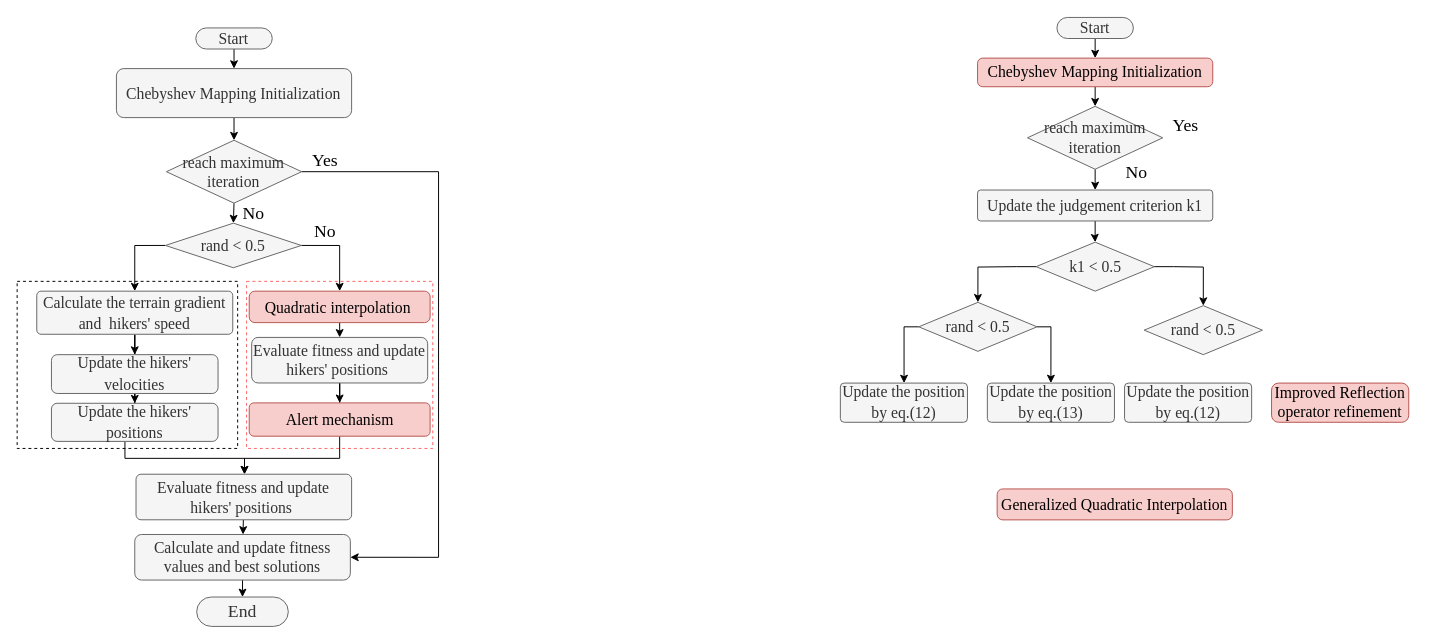
Earlier version of the draw.io diagram 海洋.drawio (lyj-12/DrawIO). Source tidied: cells renumbered, new cells numbered last; positions are measured from the earlier drawing's top-left corner, leaving out a move shared by most shapes. Both pictures are drawn from the tidied source at 98%, with x=0, y=0 at pixel (17, 17).
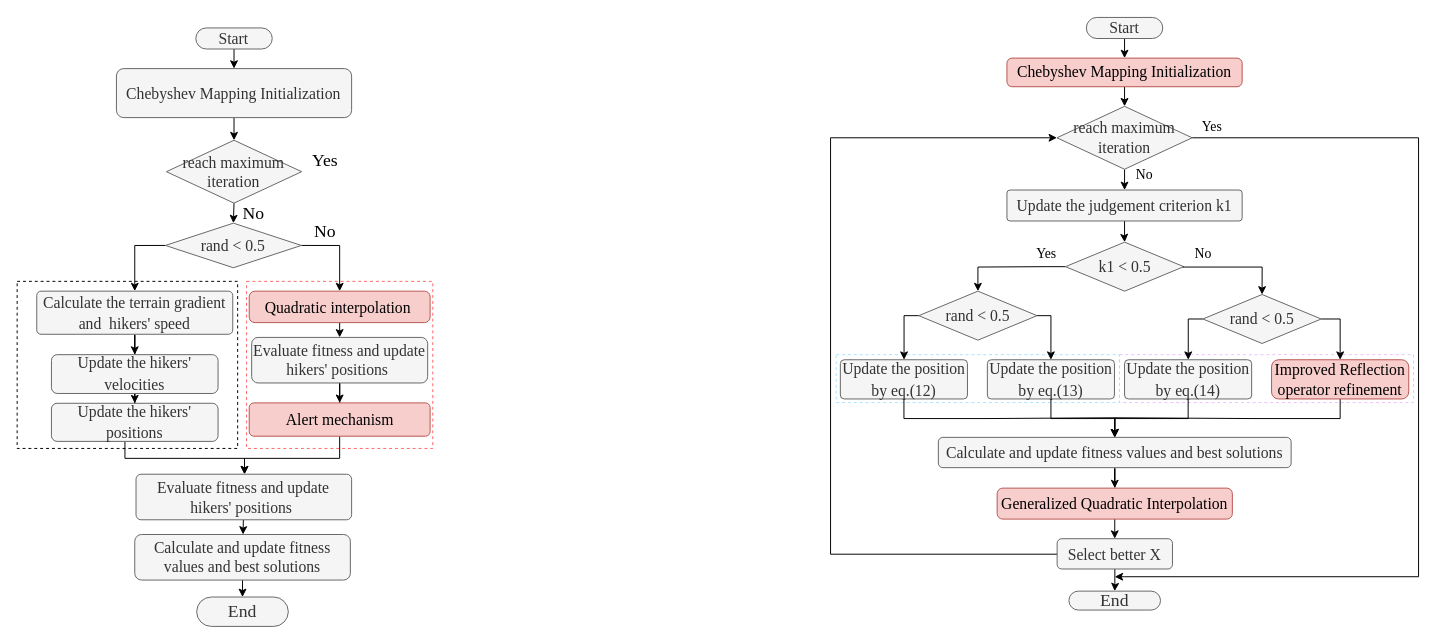
After the change.

The change refers to these unchanged cells:
```xml
<mxCell id="10" value="&lt;font&gt;&amp;nbsp;&lt;/font&gt;&lt;span style=&quot;background-color: initial;&quot;&gt;reach maximum&amp;nbsp; iteration&lt;/span&gt;" style="rhombus;whiteSpace=wrap;html=1;rounded=0;align=center;verticalAlign=middle;arcSize=50;fontFamily=Times New Roman;fontSize=16;fillColor=#f5f5f5;fontColor=#333333;strokeColor=#666666;" parent="1" vertex="1">
  <mxGeometry x="152.3" y="125.6" width="138" height="64.2" as="geometry" />
</mxCell>
<mxCell id="13" value="&lt;font&gt;Calculate and update fitness values and best solutions&lt;/font&gt;" style="rounded=1;whiteSpace=wrap;html=1;align=center;verticalAlign=middle;arcSize=15;fontFamily=Times New Roman;fontSize=16;fillColor=#f5f5f5;fontColor=#333333;strokeColor=#666666;" parent="1" vertex="1">
  <mxGeometry x="120" y="527.9" width="220" height="46.5" as="geometry" />
</mxCell>
```

The edit, as a diff of the source:
```diff
@@
+    <mxCell id="56" style="rounded=0;whiteSpace=wrap;html=1;dashed=1;fontFamily=Times New Roman;fontSize=18;strokeColor=#EAC1FF;" parent="1" vertex="1">
+      <mxGeometry x="1124.8" y="344.4" width="300" height="48.9" as="geometry" />
+    </mxCell>
+    <mxCell id="57" style="rounded=0;whiteSpace=wrap;html=1;dashed=1;fontFamily=Times New Roman;fontSize=18;strokeColor=#AAE2FF;" parent="1" vertex="1">
+      <mxGeometry x="835.8" y="344.4" width="289" height="48.9" as="geometry" />
+    </mxCell>
@@
-    <mxCell id="9" style="edgeStyle=orthogonalEdgeStyle;rounded=0;jettySize=auto;html=1;exitX=1;exitY=0.5;exitDx=0;exitDy=0;entryX=1;entryY=0.5;entryDx=0;entryDy=0;fontFamily=Times New Roman;fontSize=18;" parent="1" edge="1" source="10" target="13">
+    <mxCell id="9" style="edgeStyle=orthogonalEdgeStyle;rounded=0;jettySize=auto;html=1;exitX=1;exitY=0.5;exitDx=0;exitDy=0;fontFamily=Times New Roman;fontSize=18;" parent="1" edge="1" source="39">
       <mxGeometry relative="1" as="geometry">
+        <mxPoint x="1120" y="571" as="targetPoint" />
         <Array as="points">
-          <mxPoint x="430" y="158.2" />
-          <mxPoint x="430" y="551.2" />
+          <mxPoint x="1430" y="123" />
+          <mxPoint x="1430" y="571" />
+          <mxPoint x="1130" y="571" />
         </Array>
       </mxGeometry>
     </mxCell>
@@
     <mxCell id="35" value="Start" style="rounded=1;whiteSpace=wrap;html=1;absoluteArcSize=0;arcSize=50;fontSize=16;fontFamily=Times New Roman;fillColor=#f5f5f5;fontColor=#333333;strokeColor=#666666;" parent="1" vertex="1">
-      <mxGeometry x="1061" y="0.3" width="78" height="21.5" as="geometry" />
+      <mxGeometry x="1091" y="0.3" width="78" height="21.5" as="geometry" />
     </mxCell>
@@
     <mxCell id="37" value="&lt;font&gt;Chebyshev Mapping Initialization&lt;/font&gt;" style="rounded=1;whiteSpace=wrap;html=1;align=center;verticalAlign=middle;arcSize=18;fontFamily=Times New Roman;fontSize=16;fillColor=#f8cecc;fontColor=default;strokeColor=#b85450;" parent="1" vertex="1">
-      <mxGeometry x="980" y="41.8" width="240" height="29.2" as="geometry" />
+      <mxGeometry x="1010" y="41.8" width="240" height="29.2" as="geometry" />
     </mxCell>
@@
+    <mxCell id="58" style="edgeStyle=orthogonalEdgeStyle;rounded=0;jettySize=auto;html=1;startArrow=classic;startFill=1;endArrow=none;entryX=0;entryY=0.5;entryDx=0;entryDy=0;" parent="1" edge="1" source="39" target="69">
+      <mxGeometry relative="1" as="geometry">
+        <Array as="points">
+          <mxPoint x="830" y="123" />
+          <mxPoint x="830" y="548" />
+          <mxPoint x="1073" y="548" />
+        </Array>
+      </mxGeometry>
+    </mxCell>
     <mxCell id="39" value="&lt;font&gt;&amp;nbsp;&lt;/font&gt;&lt;span style=&quot;background-color: initial;&quot;&gt;reach maximum&amp;nbsp; iteration&lt;/span&gt;" style="rhombus;whiteSpace=wrap;html=1;rounded=0;align=center;verticalAlign=middle;arcSize=50;fontFamily=Times New Roman;fontSize=16;fillColor=#f5f5f5;fontColor=#333333;strokeColor=#666666;" parent="1" vertex="1">
-      <mxGeometry x="1031" y="91" width="138" height="64.2" as="geometry" />
+      <mxGeometry x="1061" y="91" width="138" height="64.2" as="geometry" />
     </mxCell>
-    <mxCell id="40" value="&lt;font&gt;Yes&lt;/font&gt;" style="text;html=1;align=center;verticalAlign=middle;strokeColor=none;fillColor=none;fontSize=18;fontFamily=Times New Roman;" parent="1" vertex="1">
-      <mxGeometry x="1167.3" y="91" width="50" height="40" as="geometry" />
+    <mxCell id="40" value="&lt;font style=&quot;font-size: 14px;&quot;&gt;Yes&lt;/font&gt;" style="text;html=1;align=center;verticalAlign=middle;strokeColor=none;fillColor=none;fontSize=18;fontFamily=Times New Roman;" parent="1" vertex="1">
+      <mxGeometry x="1199" y="91" width="40" height="40" as="geometry" />
     </mxCell>
-    <mxCell id="41" value="&lt;font&gt;No&lt;/font&gt;" style="text;html=1;align=center;verticalAlign=middle;fontSize=18;fontFamily=Times New Roman;" parent="1" vertex="1">
-      <mxGeometry x="1117.3" y="139.4" width="50" height="40" as="geometry" />
+    <mxCell id="41" value="&lt;font style=&quot;font-size: 14px;&quot;&gt;No&lt;/font&gt;" style="text;html=1;align=center;verticalAlign=middle;fontSize=18;fontFamily=Times New Roman;" parent="1" vertex="1">
+      <mxGeometry x="1130" y="140.1" width="40" height="40" as="geometry" />
     </mxCell>
@@
     <mxCell id="43" value="&lt;font style=&quot;font-size: 16px;&quot;&gt;Update the judgement criterion k1&lt;/font&gt;" style="rounded=1;whiteSpace=wrap;html=1;align=center;verticalAlign=middle;arcSize=10;fontFamily=Times New Roman;fontSize=18;fillColor=#f5f5f5;fontColor=#333333;strokeColor=#666666;" parent="1" vertex="1">
-      <mxGeometry x="980" y="176.4" width="240" height="31.6" as="geometry" />
+      <mxGeometry x="1010" y="176.4" width="240" height="31.6" as="geometry" />
     </mxCell>
     <mxCell id="44" style="edgeStyle=orthogonalEdgeStyle;rounded=0;jettySize=auto;html=1;entryX=0.5;entryY=0;entryDx=0;entryDy=0;" parent="1" edge="1" source="45" target="49">
       <mxGeometry relative="1" as="geometry">
         <Array as="points">
-          <mxPoint x="1020" y="255" />
+          <mxPoint x="1050" y="255" />
           <mxPoint x="980" y="255" />
         </Array>
       </mxGeometry>
     </mxCell>
     <mxCell id="45" value="k1 &amp;lt; 0.5" style="rhombus;whiteSpace=wrap;html=1;rounded=0;align=center;verticalAlign=middle;arcSize=50;fontFamily=Times New Roman;fontSize=16;fillColor=#f5f5f5;fontColor=#333333;strokeColor=#666666;" parent="1" vertex="1">
-      <mxGeometry x="1039.7" y="229.6" width="120.7" height="50" as="geometry" />
+      <mxGeometry x="1069.7" y="229.6" width="120.7" height="50" as="geometry" />
     </mxCell>
+    <mxCell id="59" style="edgeStyle=orthogonalEdgeStyle;rounded=0;jettySize=auto;html=1;" parent="1" edge="1" source="46" target="67">
+      <mxGeometry relative="1" as="geometry" />
+    </mxCell>
     <mxCell id="46" value="&lt;font style=&quot;font-size: 16px;&quot;&gt;Update the position by eq.(12)&lt;/font&gt;" style="rounded=1;whiteSpace=wrap;html=1;align=center;verticalAlign=middle;arcSize=10;fontFamily=Times New Roman;fontSize=18;fillColor=#f5f5f5;fontColor=#333333;strokeColor=#666666;" parent="1" vertex="1">
-      <mxGeometry x="840" y="373.4" width="129.7" height="40" as="geometry" />
+      <mxGeometry x="840" y="349.6" width="129.7" height="40" as="geometry" />
     </mxCell>
     <mxCell id="47" style="edgeStyle=orthogonalEdgeStyle;rounded=0;jettySize=auto;html=1;" parent="1" edge="1" source="49" target="46">
       <mxGeometry relative="1" as="geometry">
         <Array as="points">
-          <mxPoint x="905" y="316" />
+          <mxPoint x="905" y="304.6" />
         </Array>
       </mxGeometry>
     </mxCell>
     <mxCell id="48" style="edgeStyle=orthogonalEdgeStyle;rounded=0;jettySize=auto;html=1;entryX=0.5;entryY=0;entryDx=0;entryDy=0;" parent="1" edge="1" source="49" target="52">
       <mxGeometry relative="1" as="geometry">
         <Array as="points">
-          <mxPoint x="1055" y="316" />
-          <mxPoint x="1055" y="373" />
+          <mxPoint x="1055" y="304.6" />
         </Array>
       </mxGeometry>
     </mxCell>
     <mxCell id="49" value="rand &amp;lt; 0.5" style="rhombus;whiteSpace=wrap;html=1;rounded=0;align=center;verticalAlign=middle;arcSize=50;fontFamily=Times New Roman;fontSize=16;fillColor=#f5f5f5;fontColor=#333333;strokeColor=#666666;" parent="1" vertex="1">
-      <mxGeometry x="920" y="291" width="120.7" height="50" as="geometry" />
+      <mxGeometry x="920" y="279.6" width="120.7" height="50" as="geometry" />
     </mxCell>
+    <mxCell id="60" style="edgeStyle=orthogonalEdgeStyle;rounded=0;jettySize=auto;html=1;" parent="1" edge="1" source="50" target="53">
+      <mxGeometry relative="1" as="geometry">
+        <Array as="points">
+          <mxPoint x="1195" y="307.6" />
+        </Array>
+      </mxGeometry>
+    </mxCell>
+    <mxCell id="61" style="edgeStyle=orthogonalEdgeStyle;rounded=0;jettySize=auto;html=1;" parent="1" edge="1" source="50" target="54">
+      <mxGeometry relative="1" as="geometry">
+        <Array as="points">
+          <mxPoint x="1350" y="307.6" />
+        </Array>
+      </mxGeometry>
+    </mxCell>
     <mxCell id="50" value="rand &amp;lt; 0.5" style="rhombus;whiteSpace=wrap;html=1;rounded=0;align=center;verticalAlign=middle;arcSize=50;fontFamily=Times New Roman;fontSize=16;fillColor=#f5f5f5;fontColor=#333333;strokeColor=#666666;" parent="1" vertex="1">
-      <mxGeometry x="1150" y="294.4" width="120.7" height="50" as="geometry" />
+      <mxGeometry x="1210" y="283" width="120.7" height="50" as="geometry" />
     </mxCell>
@@
+    <mxCell id="62" style="edgeStyle=orthogonalEdgeStyle;rounded=0;jettySize=auto;html=1;entryX=0.5;entryY=0;entryDx=0;entryDy=0;" parent="1" edge="1" source="52" target="67">
+      <mxGeometry relative="1" as="geometry" />
+    </mxCell>
     <mxCell id="52" value="&lt;font style=&quot;font-size: 16px;&quot;&gt;Update the position by eq.(13)&lt;/font&gt;" style="rounded=1;whiteSpace=wrap;html=1;align=center;verticalAlign=middle;arcSize=10;fontFamily=Times New Roman;fontSize=18;fillColor=#f5f5f5;fontColor=#333333;strokeColor=#666666;" parent="1" vertex="1">
-      <mxGeometry x="990" y="373.4" width="129.7" height="40" as="geometry" />
+      <mxGeometry x="990" y="349.6" width="129.7" height="40" as="geometry" />
     </mxCell>
+    <mxCell id="63" style="edgeStyle=orthogonalEdgeStyle;rounded=0;jettySize=auto;html=1;" parent="1" edge="1" source="53" target="67">
+      <mxGeometry relative="1" as="geometry" />
+    </mxCell>
-    <mxCell id="53" value="&lt;font style=&quot;font-size: 16px;&quot;&gt;Update the position by eq.(12)&lt;/font&gt;" style="rounded=1;whiteSpace=wrap;html=1;align=center;verticalAlign=middle;arcSize=10;fontFamily=Times New Roman;fontSize=18;fillColor=#f5f5f5;fontColor=#333333;strokeColor=#666666;" parent="1" vertex="1">
-      <mxGeometry x="1130" y="373.4" width="129.7" height="40" as="geometry" />
+    <mxCell id="53" value="&lt;font style=&quot;font-size: 16px;&quot;&gt;Update the position by eq.(14)&lt;/font&gt;" style="rounded=1;whiteSpace=wrap;html=1;align=center;verticalAlign=middle;arcSize=10;fontFamily=Times New Roman;fontSize=18;fillColor=#f5f5f5;fontColor=#333333;strokeColor=#666666;" parent="1" vertex="1">
+      <mxGeometry x="1130" y="349.6" width="129.7" height="40" as="geometry" />
     </mxCell>
+    <mxCell id="64" style="edgeStyle=orthogonalEdgeStyle;rounded=0;jettySize=auto;html=1;entryX=0.5;entryY=0;entryDx=0;entryDy=0;" parent="1" edge="1" source="54" target="67">
+      <mxGeometry relative="1" as="geometry" />
+    </mxCell>
     <mxCell id="54" value="&lt;font style=&quot;font-size: 16px;&quot;&gt;Improved Reflection operator refinement&lt;/font&gt;" style="rounded=1;whiteSpace=wrap;html=1;align=center;verticalAlign=middle;arcSize=18;fontFamily=Times New Roman;fontSize=16;fillColor=#f8cecc;fontColor=default;strokeColor=#b85450;" parent="1" vertex="1">
-      <mxGeometry x="1280" y="373.4" width="140" height="40" as="geometry" />
+      <mxGeometry x="1280" y="349.6" width="140" height="40" as="geometry" />
     </mxCell>
+    <mxCell id="65" style="edgeStyle=orthogonalEdgeStyle;rounded=0;jettySize=auto;html=1;entryX=0.5;entryY=0;entryDx=0;entryDy=0;" parent="1" edge="1" source="55" target="69">
+      <mxGeometry relative="1" as="geometry" />
+    </mxCell>
     <mxCell id="55" value="&lt;font style=&quot;font-size: 16px;&quot;&gt;Generalized Quadratic Interpolation&lt;/font&gt;" style="rounded=1;whiteSpace=wrap;html=1;align=center;verticalAlign=middle;arcSize=18;fontFamily=Times New Roman;fontSize=16;fillColor=#f8cecc;fontColor=default;strokeColor=#b85450;" parent="1" vertex="1">
-      <mxGeometry x="1000" y="481.4" width="240" height="31.6" as="geometry" />
+      <mxGeometry x="1000" y="480.6" width="240" height="31.6" as="geometry" />
     </mxCell>
+    <mxCell id="66" style="edgeStyle=orthogonalEdgeStyle;rounded=0;jettySize=auto;html=1;entryX=0.5;entryY=0;entryDx=0;entryDy=0;" parent="1" edge="1" source="67" target="55">
+      <mxGeometry relative="1" as="geometry" />
+    </mxCell>
+    <mxCell id="67" value="&lt;font&gt;Calculate and update fitness values and best solutions&lt;/font&gt;" style="rounded=1;whiteSpace=wrap;html=1;align=center;verticalAlign=middle;arcSize=15;fontFamily=Times New Roman;fontSize=16;fillColor=#f5f5f5;fontColor=#333333;strokeColor=#666666;" parent="1" vertex="1">
+      <mxGeometry x="940" y="428.8" width="360" height="30.9" as="geometry" />
+    </mxCell>
+    <mxCell id="68" style="edgeStyle=orthogonalEdgeStyle;rounded=0;jettySize=auto;html=1;entryX=0.5;entryY=0;entryDx=0;entryDy=0;" parent="1" edge="1" source="69" target="70">
+      <mxGeometry relative="1" as="geometry" />
+    </mxCell>
+    <mxCell id="69" value="Select better X" style="rounded=1;whiteSpace=wrap;html=1;align=center;verticalAlign=middle;arcSize=15;fontFamily=Times New Roman;fontSize=16;fillColor=#f5f5f5;fontColor=#333333;strokeColor=#666666;" parent="1" vertex="1">
+      <mxGeometry x="1061.2" y="532.2" width="117.7" height="30.9" as="geometry" />
+    </mxCell>
+    <mxCell id="70" value="End" style="rounded=1;whiteSpace=wrap;html=1;absoluteArcSize=0;arcSize=50;align=center;verticalAlign=middle;fontFamily=Times New Roman;fontSize=18;fillColor=#f5f5f5;fontColor=#333333;strokeColor=#666666;" parent="1" vertex="1">
+      <mxGeometry x="1073.2" y="585.7" width="93.5" height="19.3" as="geometry" />
+    </mxCell>
+    <mxCell id="71" value="&lt;font style=&quot;font-size: 14px;&quot;&gt;No&lt;/font&gt;" style="text;html=1;align=center;verticalAlign=middle;fontSize=18;fontFamily=Times New Roman;" parent="1" vertex="1">
+      <mxGeometry x="1190.3" y="220.1" width="40" height="40" as="geometry" />
+    </mxCell>
+    <mxCell id="72" value="&lt;font style=&quot;font-size: 14px;&quot;&gt;Yes&lt;/font&gt;" style="text;html=1;align=center;verticalAlign=middle;strokeColor=none;fillColor=none;fontSize=18;fontFamily=Times New Roman;" parent="1" vertex="1">
+      <mxGeometry x="1029.7" y="220.2" width="40" height="40" as="geometry" />
+    </mxCell>
```
